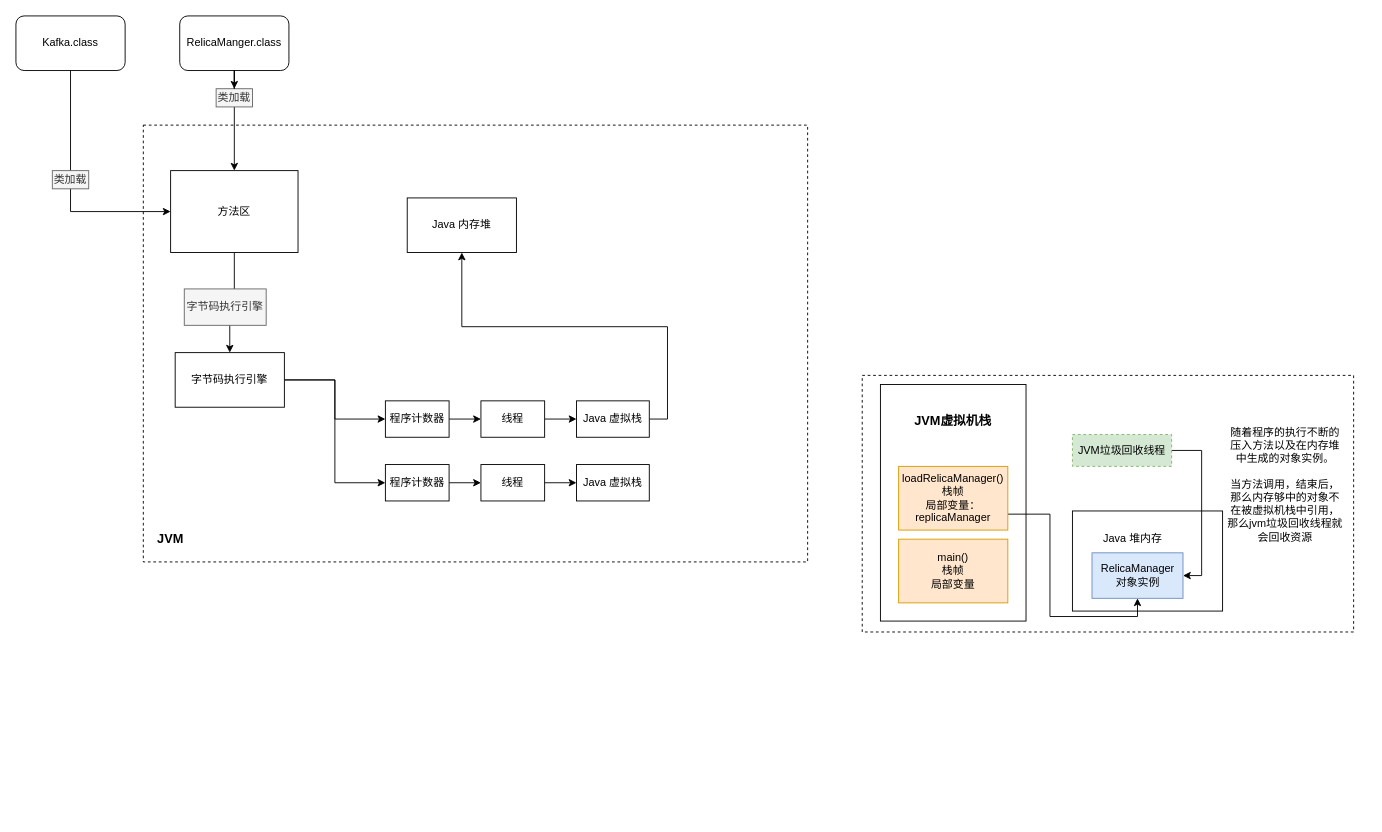
The draw.io diagram JVM_Note.drawio in lzdong0714/note, before the edit. Source tidied: cells renumbered, new cells numbered last; positions are measured from the earlier drawing's top-left corner, leaving out a move shared by most shapes. Both pictures are drawn from the tidied source at 91%, with x=0, y=0 at pixel (15, 15).
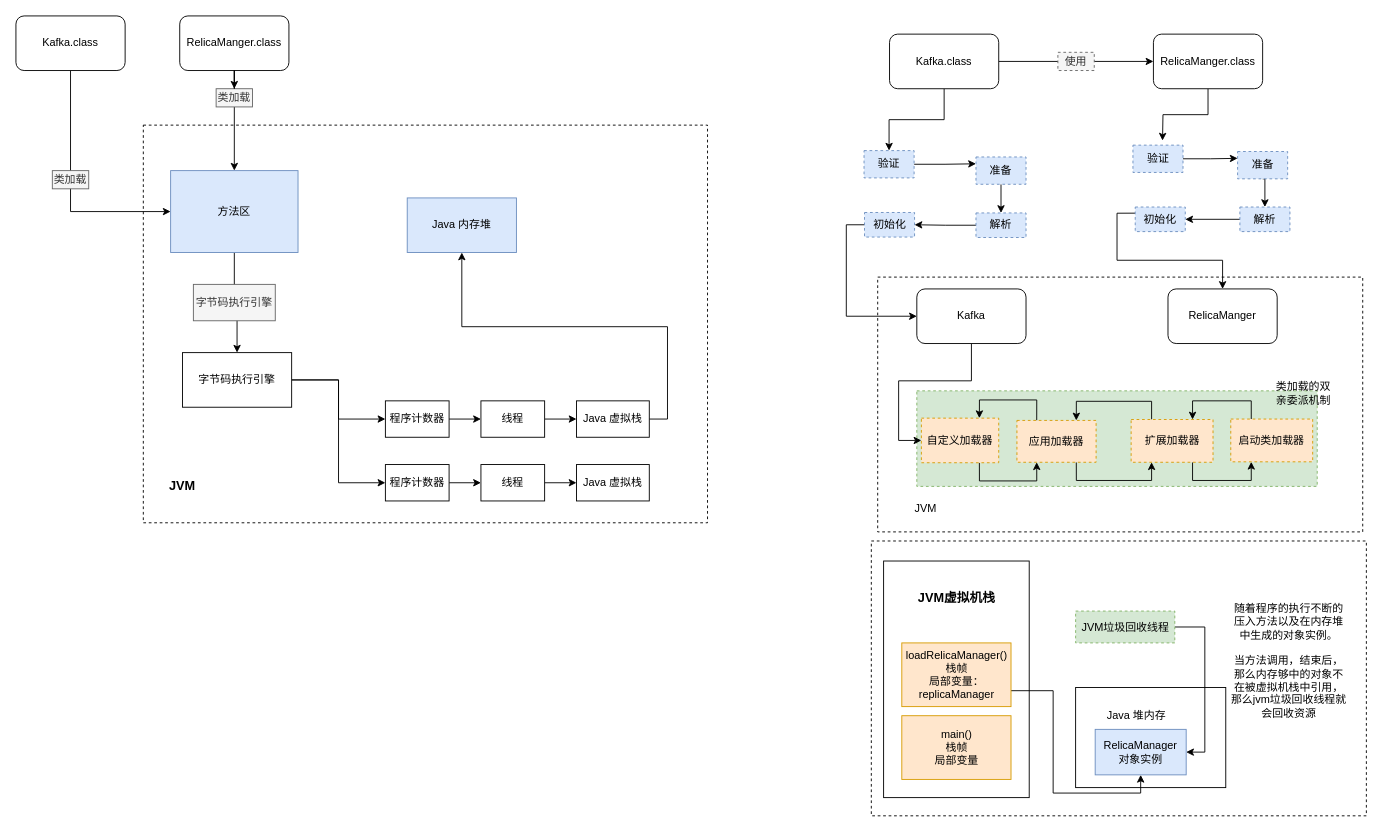
After the change.

Unchanged cells that the change refers to:
```xml
<mxCell id="6" value="RelicaManager&lt;br&gt;对象实例" style="text;html=1;strokeColor=#6c8ebf;fillColor=#dae8fc;align=center;verticalAlign=middle;whiteSpace=wrap;rounded=0;" parent="3" vertex="1">
  <mxGeometry x="22.5" y="45" width="100" height="50" as="geometry" />
</mxCell>
```

The edit, as a diff of the source:
```diff
@@
+    <mxCell id="42" style="rounded=0;whiteSpace=wrap;html=1;dashed=1;" parent="1" vertex="1">
+      <mxGeometry x="947" y="287" width="533" height="280" as="geometry" />
+    </mxCell>
+    <mxCell id="43" style="rounded=0;whiteSpace=wrap;html=1;dashed=1;fillColor=#d5e8d4;strokeColor=#82b366;" parent="1" vertex="1">
+      <mxGeometry x="990" y="412" width="440" height="105" as="geometry" />
+    </mxCell>
+    <mxCell id="44" style="edgeStyle=orthogonalEdgeStyle;rounded=0;jettySize=auto;html=1;exitX=1;exitY=0.5;exitDx=0;exitDy=0;" parent="1" edge="1" source="46" target="48">
+      <mxGeometry relative="1" as="geometry" />
+    </mxCell>
     <mxCell id="2" style="rounded=0;whiteSpace=wrap;html=1;dashed=1;" parent="1" vertex="1">
-      <mxGeometry x="930" y="395" width="540" height="282" as="geometry" />
+      <mxGeometry x="940" y="577" width="544" height="302" as="geometry" />
     </mxCell>
     <mxCell id="3" style="group;" parent="1" vertex="1">
-      <mxGeometry x="1160" y="545" width="165" height="110" as="geometry" />
+      <mxGeometry x="1163.5" y="739" width="165" height="110" as="geometry" />
     </mxCell>
@@
     <mxCell id="7" style="rounded=0;whiteSpace=wrap;html=1;dashed=1;" parent="1" vertex="1">
-      <mxGeometry x="140" y="120" width="730" height="480" as="geometry" />
+      <mxGeometry x="140" y="120" width="620" height="437" as="geometry" />
     </mxCell>
     <mxCell id="8" value="&lt;b&gt;&lt;font style=&quot;font-size: 14px&quot;&gt;JVM&lt;/font&gt;&lt;/b&gt;" style="text;html=1;strokeColor=none;fillColor=none;align=center;verticalAlign=middle;whiteSpace=wrap;rounded=0;" parent="1" vertex="1">
-      <mxGeometry x="145" y="560" width="50" height="30" as="geometry" />
+      <mxGeometry x="158" y="502" width="50" height="30" as="geometry" />
     </mxCell>
@@
-    <mxCell id="10" value="方法区" style="rounded=0;whiteSpace=wrap;html=1;" parent="1" vertex="1">
+    <mxCell id="10" value="方法区" style="rounded=0;whiteSpace=wrap;html=1;fillColor=#dae8fc;strokeColor=#6c8ebf;" parent="1" vertex="1">
       <mxGeometry x="170" y="170" width="140" height="90" as="geometry" />
     </mxCell>
@@
     <mxCell id="13" value="字节码执行引擎" style="rounded=0;whiteSpace=wrap;html=1;" parent="1" vertex="1">
-      <mxGeometry x="175" y="370" width="120" height="60" as="geometry" />
+      <mxGeometry x="183" y="370" width="120" height="60" as="geometry" />
     </mxCell>
@@
-    <mxCell id="25" value="Java 内存堆" style="rounded=0;whiteSpace=wrap;html=1;" parent="1" vertex="1">
+    <mxCell id="25" value="Java 内存堆" style="rounded=0;whiteSpace=wrap;html=1;fillColor=#dae8fc;strokeColor=#6c8ebf;" parent="1" vertex="1">
       <mxGeometry x="430" y="200" width="120" height="60" as="geometry" />
     </mxCell>
@@
     <mxCell id="33" value="字节码执行引擎" style="text;html=1;strokeColor=#666666;fillColor=#f5f5f5;align=center;verticalAlign=middle;whiteSpace=wrap;rounded=0;fontColor=#333333;" parent="1" vertex="1">
-      <mxGeometry x="185" y="300" width="90" height="40" as="geometry" />
+      <mxGeometry x="195" y="295" width="90" height="40" as="geometry" />
     </mxCell>
     <mxCell id="34" style="rounded=0;whiteSpace=wrap;html=1;" parent="1" vertex="1">
-      <mxGeometry x="950" y="405" width="160" height="260" as="geometry" />
+      <mxGeometry x="953.5" y="599" width="160" height="260" as="geometry" />
     </mxCell>
@@
     <mxCell id="36" value="loadRelicaManager()&lt;br&gt;栈帧&lt;br&gt;局部变量：replicaManager" style="text;html=1;strokeColor=#d79b00;fillColor=#ffe6cc;align=center;verticalAlign=middle;whiteSpace=wrap;rounded=0;" parent="1" vertex="1">
-      <mxGeometry x="970" y="495" width="120" height="70" as="geometry" />
+      <mxGeometry x="973.5" y="689" width="120" height="70" as="geometry" />
     </mxCell>
     <mxCell id="37" value="main()&lt;br&gt;栈帧&lt;br&gt;局部变量" style="text;html=1;strokeColor=#d79b00;fillColor=#ffe6cc;align=center;verticalAlign=middle;whiteSpace=wrap;rounded=0;" parent="1" vertex="1">
-      <mxGeometry x="970" y="575" width="120" height="70" as="geometry" />
+      <mxGeometry x="973.5" y="769" width="120" height="70" as="geometry" />
     </mxCell>
     <mxCell id="38" style="edgeStyle=orthogonalEdgeStyle;rounded=0;jettySize=auto;html=1;entryX=1;entryY=0.5;entryDx=0;entryDy=0;" parent="1" edge="1" source="39" target="6">
       <mxGeometry relative="1" as="geometry">
         <Array as="points">
-          <mxPoint x="1303" y="478" />
-          <mxPoint x="1303" y="615" />
+          <mxPoint x="1306.5" y="672" />
+          <mxPoint x="1306.5" y="809" />
         </Array>
       </mxGeometry>
     </mxCell>
     <mxCell id="39" value="JVM垃圾回收线程" style="text;html=1;strokeColor=#82b366;fillColor=#d5e8d4;align=center;verticalAlign=middle;whiteSpace=wrap;rounded=0;dashed=1;" parent="1" vertex="1">
-      <mxGeometry x="1161" y="460" width="109" height="35" as="geometry" />
+      <mxGeometry x="1164.5" y="654" width="109" height="35" as="geometry" />
     </mxCell>
     <mxCell id="40" value="随着程序的执行不断的压入方法以及在内存堆中生成的对象实例。&lt;br&gt;&lt;br&gt;当方法调用，结束后，那么内存够中的对象不在被虚拟机栈中引用，那么jvm垃圾回收线程就会回收资源" style="text;html=1;strokeColor=none;fillColor=none;align=center;verticalAlign=middle;whiteSpace=wrap;rounded=0;dashed=1;" parent="1" vertex="1">
-      <mxGeometry x="1330" y="425" width="130" height="180" as="geometry" />
+      <mxGeometry x="1333.5" y="619" width="130" height="180" as="geometry" />
     </mxCell>
     <mxCell id="41" value="&lt;b&gt;&lt;font style=&quot;font-size: 14px&quot;&gt;JVM虚拟机栈&lt;/font&gt;&lt;/b&gt;" style="text;html=1;strokeColor=none;fillColor=none;align=center;verticalAlign=middle;whiteSpace=wrap;rounded=0;dashed=1;" parent="1" vertex="1">
-      <mxGeometry x="985" y="427.5" width="90" height="35" as="geometry" />
+      <mxGeometry x="988.5" y="621.5" width="90" height="35" as="geometry" />
     </mxCell>
+    <mxCell id="45" style="edgeStyle=orthogonalEdgeStyle;rounded=0;jettySize=auto;html=1;exitX=0.5;exitY=1;exitDx=0;exitDy=0;entryX=0.5;entryY=0;entryDx=0;entryDy=0;" parent="1" edge="1" source="46" target="50">
+      <mxGeometry relative="1" as="geometry" />
+    </mxCell>
+    <mxCell id="46" value="Kafka.class" style="rounded=1;whiteSpace=wrap;html=1;" parent="1" vertex="1">
+      <mxGeometry x="960" y="20" width="120" height="60" as="geometry" />
+    </mxCell>
+    <mxCell id="47" style="edgeStyle=orthogonalEdgeStyle;rounded=0;jettySize=auto;html=1;exitX=0.5;exitY=1;exitDx=0;exitDy=0;" parent="1" edge="1" source="48">
+      <mxGeometry relative="1" as="geometry">
+        <mxPoint x="1260" y="137" as="targetPoint" />
+      </mxGeometry>
+    </mxCell>
+    <mxCell id="48" value="RelicaManger.class" style="rounded=1;whiteSpace=wrap;html=1;" parent="1" vertex="1">
+      <mxGeometry x="1250" y="20" width="120" height="60" as="geometry" />
+    </mxCell>
+    <mxCell id="49" style="edgeStyle=orthogonalEdgeStyle;rounded=0;jettySize=auto;html=1;exitX=1;exitY=0.5;exitDx=0;exitDy=0;entryX=0;entryY=0.25;entryDx=0;entryDy=0;" parent="1" edge="1" source="50" target="52">
+      <mxGeometry relative="1" as="geometry" />
+    </mxCell>
+    <mxCell id="50" value="验证" style="text;html=1;strokeColor=#6c8ebf;fillColor=#dae8fc;align=center;verticalAlign=middle;whiteSpace=wrap;rounded=0;dashed=1;" parent="1" vertex="1">
+      <mxGeometry x="932" y="148" width="55" height="30" as="geometry" />
+    </mxCell>
+    <mxCell id="51" style="edgeStyle=orthogonalEdgeStyle;rounded=0;jettySize=auto;html=1;exitX=0.5;exitY=1;exitDx=0;exitDy=0;entryX=0.5;entryY=0;entryDx=0;entryDy=0;" parent="1" edge="1" source="52" target="54">
+      <mxGeometry relative="1" as="geometry" />
+    </mxCell>
+    <mxCell id="52" value="准备" style="text;html=1;strokeColor=#6c8ebf;fillColor=#dae8fc;align=center;verticalAlign=middle;whiteSpace=wrap;rounded=0;dashed=1;" parent="1" vertex="1">
+      <mxGeometry x="1055" y="155" width="55" height="30" as="geometry" />
+    </mxCell>
+    <mxCell id="53" style="edgeStyle=orthogonalEdgeStyle;rounded=0;jettySize=auto;html=1;exitX=0;exitY=0.5;exitDx=0;exitDy=0;" parent="1" edge="1" source="54" target="56">
+      <mxGeometry relative="1" as="geometry" />
+    </mxCell>
+    <mxCell id="54" value="解析" style="text;html=1;strokeColor=#6c8ebf;fillColor=#dae8fc;align=center;verticalAlign=middle;whiteSpace=wrap;rounded=0;dashed=1;" parent="1" vertex="1">
+      <mxGeometry x="1055" y="216.5" width="55" height="27" as="geometry" />
+    </mxCell>
+    <mxCell id="55" style="edgeStyle=orthogonalEdgeStyle;rounded=0;jettySize=auto;html=1;exitX=0;exitY=0.5;exitDx=0;exitDy=0;entryX=0;entryY=0.5;entryDx=0;entryDy=0;" parent="1" edge="1" source="56" target="67">
+      <mxGeometry relative="1" as="geometry" />
+    </mxCell>
+    <mxCell id="56" value="初始化" style="text;html=1;strokeColor=#6c8ebf;fillColor=#dae8fc;align=center;verticalAlign=middle;whiteSpace=wrap;rounded=0;dashed=1;" parent="1" vertex="1">
+      <mxGeometry x="932.5" y="216" width="55" height="27" as="geometry" />
+    </mxCell>
+    <mxCell id="57" value="使用" style="text;html=1;align=center;verticalAlign=middle;whiteSpace=wrap;rounded=0;dashed=1;fillColor=#f5f5f5;strokeColor=#666666;fontColor=#333333;" parent="1" vertex="1">
+      <mxGeometry x="1145" y="40" width="40" height="20" as="geometry" />
+    </mxCell>
+    <mxCell id="58" style="edgeStyle=orthogonalEdgeStyle;rounded=0;jettySize=auto;html=1;exitX=1;exitY=0.5;exitDx=0;exitDy=0;entryX=0;entryY=0.25;entryDx=0;entryDy=0;" parent="1" edge="1" source="59" target="61">
+      <mxGeometry relative="1" as="geometry" />
+    </mxCell>
+    <mxCell id="59" value="验证" style="text;html=1;strokeColor=#6c8ebf;fillColor=#dae8fc;align=center;verticalAlign=middle;whiteSpace=wrap;rounded=0;dashed=1;" parent="1" vertex="1">
+      <mxGeometry x="1227.5" y="142" width="55" height="30" as="geometry" />
+    </mxCell>
+    <mxCell id="60" style="edgeStyle=orthogonalEdgeStyle;rounded=0;jettySize=auto;html=1;exitX=0.5;exitY=1;exitDx=0;exitDy=0;entryX=0.5;entryY=0;entryDx=0;entryDy=0;" parent="1" edge="1" source="61" target="63">
+      <mxGeometry relative="1" as="geometry" />
+    </mxCell>
+    <mxCell id="61" value="准备" style="text;html=1;strokeColor=#6c8ebf;fillColor=#dae8fc;align=center;verticalAlign=middle;whiteSpace=wrap;rounded=0;dashed=1;" parent="1" vertex="1">
+      <mxGeometry x="1342.5" y="149" width="55" height="30" as="geometry" />
+    </mxCell>
+    <mxCell id="62" style="edgeStyle=orthogonalEdgeStyle;rounded=0;jettySize=auto;html=1;exitX=0;exitY=0.5;exitDx=0;exitDy=0;" parent="1" edge="1" source="63" target="65">
+      <mxGeometry relative="1" as="geometry" />
+    </mxCell>
+    <mxCell id="63" value="解析" style="text;html=1;strokeColor=#6c8ebf;fillColor=#dae8fc;align=center;verticalAlign=middle;whiteSpace=wrap;rounded=0;dashed=1;" parent="1" vertex="1">
+      <mxGeometry x="1345" y="210" width="55" height="27" as="geometry" />
+    </mxCell>
+    <mxCell id="64" style="edgeStyle=orthogonalEdgeStyle;rounded=0;jettySize=auto;html=1;exitX=0;exitY=0.25;exitDx=0;exitDy=0;" parent="1" edge="1" source="65" target="68">
+      <mxGeometry relative="1" as="geometry" />
+    </mxCell>
+    <mxCell id="65" value="初始化" style="text;html=1;strokeColor=#6c8ebf;fillColor=#dae8fc;align=center;verticalAlign=middle;whiteSpace=wrap;rounded=0;dashed=1;" parent="1" vertex="1">
+      <mxGeometry x="1230" y="210" width="55" height="27" as="geometry" />
+    </mxCell>
+    <mxCell id="66" style="edgeStyle=orthogonalEdgeStyle;rounded=0;jettySize=auto;html=1;exitX=0.5;exitY=1;exitDx=0;exitDy=0;entryX=0;entryY=0.5;entryDx=0;entryDy=0;" parent="1" edge="1" source="67" target="70">
+      <mxGeometry relative="1" as="geometry" />
+    </mxCell>
+    <mxCell id="67" value="Kafka" style="rounded=1;whiteSpace=wrap;html=1;" parent="1" vertex="1">
+      <mxGeometry x="990" y="300" width="120" height="60" as="geometry" />
+    </mxCell>
+    <mxCell id="68" value="RelicaManger" style="rounded=1;whiteSpace=wrap;html=1;" parent="1" vertex="1">
+      <mxGeometry x="1266" y="300" width="120" height="60" as="geometry" />
+    </mxCell>
+    <mxCell id="69" style="edgeStyle=orthogonalEdgeStyle;rounded=0;jettySize=auto;html=1;exitX=0.75;exitY=1;exitDx=0;exitDy=0;entryX=0.25;entryY=1;entryDx=0;entryDy=0;" parent="1" edge="1" source="70" target="73">
+      <mxGeometry relative="1" as="geometry" />
+    </mxCell>
+    <mxCell id="70" value="自定义加载器" style="rounded=0;whiteSpace=wrap;html=1;dashed=1;fillColor=#ffe6cc;strokeColor=#d79b00;" parent="1" vertex="1">
+      <mxGeometry x="995" y="442" width="85" height="49" as="geometry" />
+    </mxCell>
+    <mxCell id="71" style="edgeStyle=orthogonalEdgeStyle;rounded=0;jettySize=auto;html=1;exitX=0.75;exitY=1;exitDx=0;exitDy=0;entryX=0.25;entryY=1;entryDx=0;entryDy=0;" parent="1" edge="1" source="73" target="76">
+      <mxGeometry relative="1" as="geometry" />
+    </mxCell>
+    <mxCell id="72" style="edgeStyle=orthogonalEdgeStyle;rounded=0;jettySize=auto;html=1;exitX=0.25;exitY=0;exitDx=0;exitDy=0;entryX=0.75;entryY=0;entryDx=0;entryDy=0;" parent="1" edge="1" source="73" target="70">
+      <mxGeometry relative="1" as="geometry" />
+    </mxCell>
+    <mxCell id="73" value="应用加载器" style="rounded=0;whiteSpace=wrap;html=1;dashed=1;fillColor=#ffe6cc;strokeColor=#d79b00;" parent="1" vertex="1">
+      <mxGeometry x="1100" y="444.5" width="87" height="46" as="geometry" />
+    </mxCell>
+    <mxCell id="74" style="edgeStyle=orthogonalEdgeStyle;rounded=0;jettySize=auto;html=1;exitX=0.75;exitY=1;exitDx=0;exitDy=0;entryX=0.25;entryY=1;entryDx=0;entryDy=0;" parent="1" edge="1" source="76" target="78">
+      <mxGeometry relative="1" as="geometry" />
+    </mxCell>
+    <mxCell id="75" style="edgeStyle=orthogonalEdgeStyle;rounded=0;jettySize=auto;html=1;exitX=0.25;exitY=0;exitDx=0;exitDy=0;entryX=0.75;entryY=0;entryDx=0;entryDy=0;" parent="1" edge="1" source="76" target="73">
+      <mxGeometry relative="1" as="geometry" />
+    </mxCell>
+    <mxCell id="76" value="扩展加载器" style="rounded=0;whiteSpace=wrap;html=1;dashed=1;fillColor=#ffe6cc;strokeColor=#d79b00;" parent="1" vertex="1">
+      <mxGeometry x="1225.5" y="443.5" width="90" height="47" as="geometry" />
+    </mxCell>
+    <mxCell id="77" style="edgeStyle=orthogonalEdgeStyle;rounded=0;jettySize=auto;html=1;exitX=0.25;exitY=0;exitDx=0;exitDy=0;entryX=0.75;entryY=0;entryDx=0;entryDy=0;" parent="1" edge="1" source="78" target="76">
+      <mxGeometry relative="1" as="geometry" />
+    </mxCell>
+    <mxCell id="78" value="启动类加载器" style="rounded=0;whiteSpace=wrap;html=1;dashed=1;fillColor=#ffe6cc;strokeColor=#d79b00;" parent="1" vertex="1">
+      <mxGeometry x="1335" y="443" width="90" height="47" as="geometry" />
+    </mxCell>
+    <mxCell id="79" value="JVM" style="text;html=1;strokeColor=none;fillColor=none;align=center;verticalAlign=middle;whiteSpace=wrap;rounded=0;dashed=1;" parent="1" vertex="1">
+      <mxGeometry x="980" y="532" width="40" height="20" as="geometry" />
+    </mxCell>
+    <mxCell id="80" value="类加载的双亲委派机制" style="text;html=1;strokeColor=none;fillColor=none;align=center;verticalAlign=middle;whiteSpace=wrap;rounded=0;dashed=1;" parent="1" vertex="1">
+      <mxGeometry x="1380" y="400" width="70" height="30" as="geometry" />
+    </mxCell>
```
